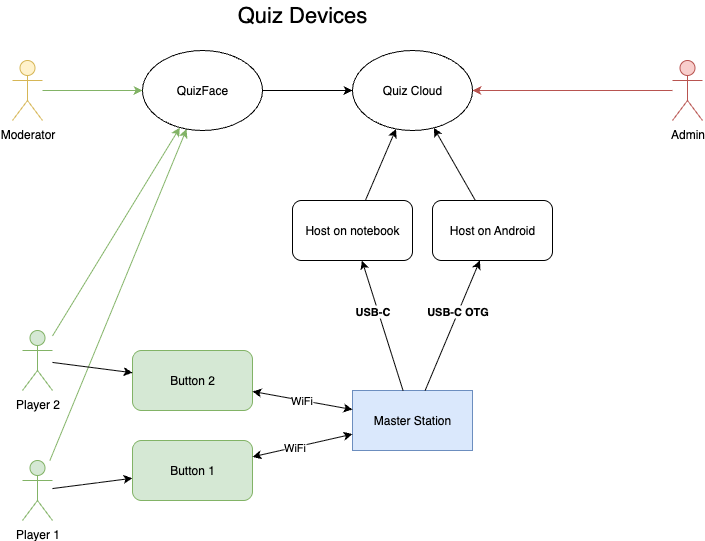
QuizClash/info-design keeps this draw.io diagram as diagrams/QuizClash-Devices.drawio.png. Above is the earlier version. Source tidied: cells renumbered, new cells last; positions are measured from the earlier drawing's top-left corner, leaving out a move shared by most shapes.
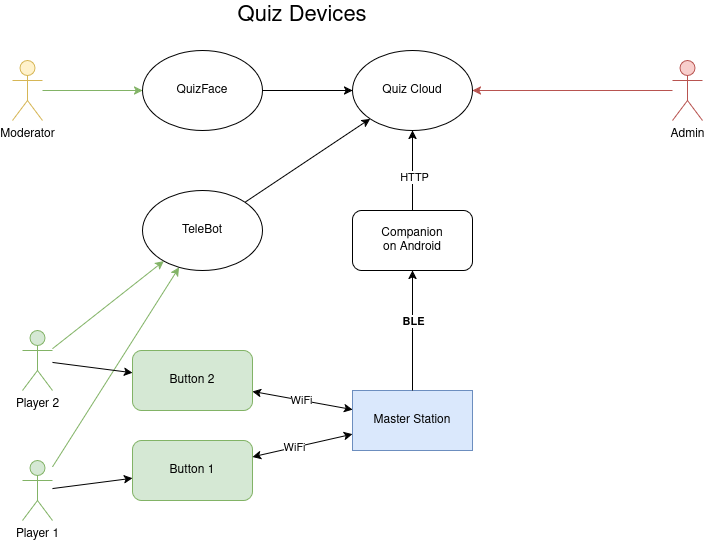
After the commit.

Commit message:
Add Bluetooth and Companion on diagram

The edit, as a diff of the source:
```diff
@@ -29,13 +29,13 @@
     <mxCell id="10" value="Player 1" style="shape=umlActor;verticalLabelPosition=bottom;verticalAlign=top;html=1;outlineConnect=0;fillColor=#d5e8d4;strokeColor=#82b366;" parent="1" vertex="1">
       <mxGeometry x="10" y="460" width="30" height="60" as="geometry" />
     </mxCell>
-    <mxCell id="11" style="endArrow=classic;html=1;rounded=0;fillColor=#d5e8d4;strokeColor=#82b366;" parent="1" edge="1" source="10" target="5">
+    <mxCell id="11" style="endArrow=classic;html=1;rounded=0;fillColor=#d5e8d4;strokeColor=#82b366;" parent="1" edge="1" source="10" target="32">
       <mxGeometry relative="1" as="geometry" />
     </mxCell>
     <mxCell id="12" value="Player 2" style="shape=umlActor;verticalLabelPosition=bottom;verticalAlign=top;html=1;outlineConnect=0;fillColor=#d5e8d4;strokeColor=#82b366;" parent="1" vertex="1">
       <mxGeometry x="10" y="330" width="30" height="60" as="geometry" />
     </mxCell>
-    <mxCell id="13" style="endArrow=classic;html=1;rounded=0;fillColor=#d5e8d4;strokeColor=#82b366;" parent="1" edge="1" source="12" target="5">
+    <mxCell id="13" style="endArrow=classic;html=1;rounded=0;fillColor=#d5e8d4;strokeColor=#82b366;" parent="1" edge="1" source="12" target="32">
       <mxGeometry relative="1" as="geometry" />
     </mxCell>
     <mxCell id="14" value="Moderator" style="shape=umlActor;verticalLabelPosition=bottom;verticalAlign=top;html=1;outlineConnect=0;fillColor=#fff2cc;strokeColor=#d6b656;" parent="1" vertex="1">
@@ -44,34 +44,23 @@
     <mxCell id="15" style="endArrow=classic;html=1;rounded=0;fillColor=#d5e8d4;strokeColor=#82b366;" parent="1" edge="1" source="14" target="5">
       <mxGeometry relative="1" as="geometry" />
     </mxCell>
-    <mxCell id="16" value="Host on Android" style="rounded=1;whiteSpace=wrap;html=1;" parent="1" vertex="1">
-      <mxGeometry x="420" y="200" width="120" height="60" as="geometry" />
-    </mxCell>
-    <mxCell id="17" value="Host on notebook" style="rounded=1;whiteSpace=wrap;html=1;" parent="1" vertex="1">
-      <mxGeometry x="280" y="200" width="120" height="60" as="geometry" />
+    <mxCell id="17" value="&lt;div&gt;Companion&lt;/div&gt;on Android" style="rounded=1;whiteSpace=wrap;html=1;" parent="1" vertex="1">
+      <mxGeometry x="340" y="210" width="120" height="60" as="geometry" />
     </mxCell>
     <mxCell id="18" style="endArrow=classic;html=1;rounded=0;fontStyle=1;" parent="1" edge="1" source="4" target="17">
       <mxGeometry relative="1" as="geometry" />
     </mxCell>
-    <mxCell id="19" value="USB-C" style="edgeLabel;html=1;align=center;verticalAlign=middle;fontStyle=1;" parent="18" vertex="1">
+    <mxCell id="19" value="BLE" style="edgeLabel;html=1;align=center;verticalAlign=middle;fontStyle=1;" parent="18" vertex="1">
       <mxGeometry x="-0.05" y="1" relative="1" as="geometry">
-        <mxPoint x="-10" y="-18" as="offset" />
+        <mxPoint x="1" y="-13" as="offset" />
       </mxGeometry>
     </mxCell>
-    <mxCell id="20" style="endArrow=classic;html=1;rounded=0;" parent="1" edge="1" source="4" target="16">
-      <mxGeometry relative="1" as="geometry" />
-    </mxCell>
-    <mxCell id="21" value="&lt;strong&gt;USB-C OTG&lt;/strong&gt;" style="edgeLabel;html=1;align=center;verticalAlign=middle;" parent="20" vertex="1">
-      <mxGeometry x="-0.19" y="-2" relative="1" as="geometry">
-        <mxPoint x="8" y="-28" as="offset" />
-      </mxGeometry>
-    </mxCell>
     <mxCell id="22" style="endArrow=classic;html=1;rounded=0;" parent="1" edge="1" source="17" target="27">
       <mxGeometry relative="1" as="geometry" />
     </mxCell>
-    <mxCell id="23" style="endArrow=classic;html=1;rounded=0;" parent="1" edge="1" source="16" target="27">
-      <mxGeometry relative="1" as="geometry" />
-    </mxCell>
+    <mxCell id="31" value="HTTP" style="edgeLabel;html=1;align=center;verticalAlign=middle;" parent="22" vertex="1">
+      <mxGeometry x="-0.15" y="-1" relative="1" as="geometry" />
+    </mxCell>
     <mxCell id="24" style="endArrow=classic;html=1;rounded=0;" parent="1" edge="1" source="12" target="3">
       <mxGeometry relative="1" as="geometry" />
     </mxCell>
@@ -93,5 +82,11 @@
     <mxCell id="30" style="endArrow=classic;html=1;rounded=0;fillColor=#f8cecc;strokeColor=#b85450;" parent="1" edge="1" source="29" target="27">
       <mxGeometry relative="1" as="geometry" />
     </mxCell>
+    <mxCell id="32" value="TeleBot" style="ellipse;whiteSpace=wrap;html=1;" parent="1" vertex="1">
+      <mxGeometry x="130" y="190" width="120" height="80" as="geometry" />
+    </mxCell>
+    <mxCell id="33" style="endArrow=classic;html=1;rounded=0;" parent="1" edge="1" source="32" target="27">
+      <mxGeometry relative="1" as="geometry" />
+    </mxCell>
   </root>
 </mxGraphModel>
```
